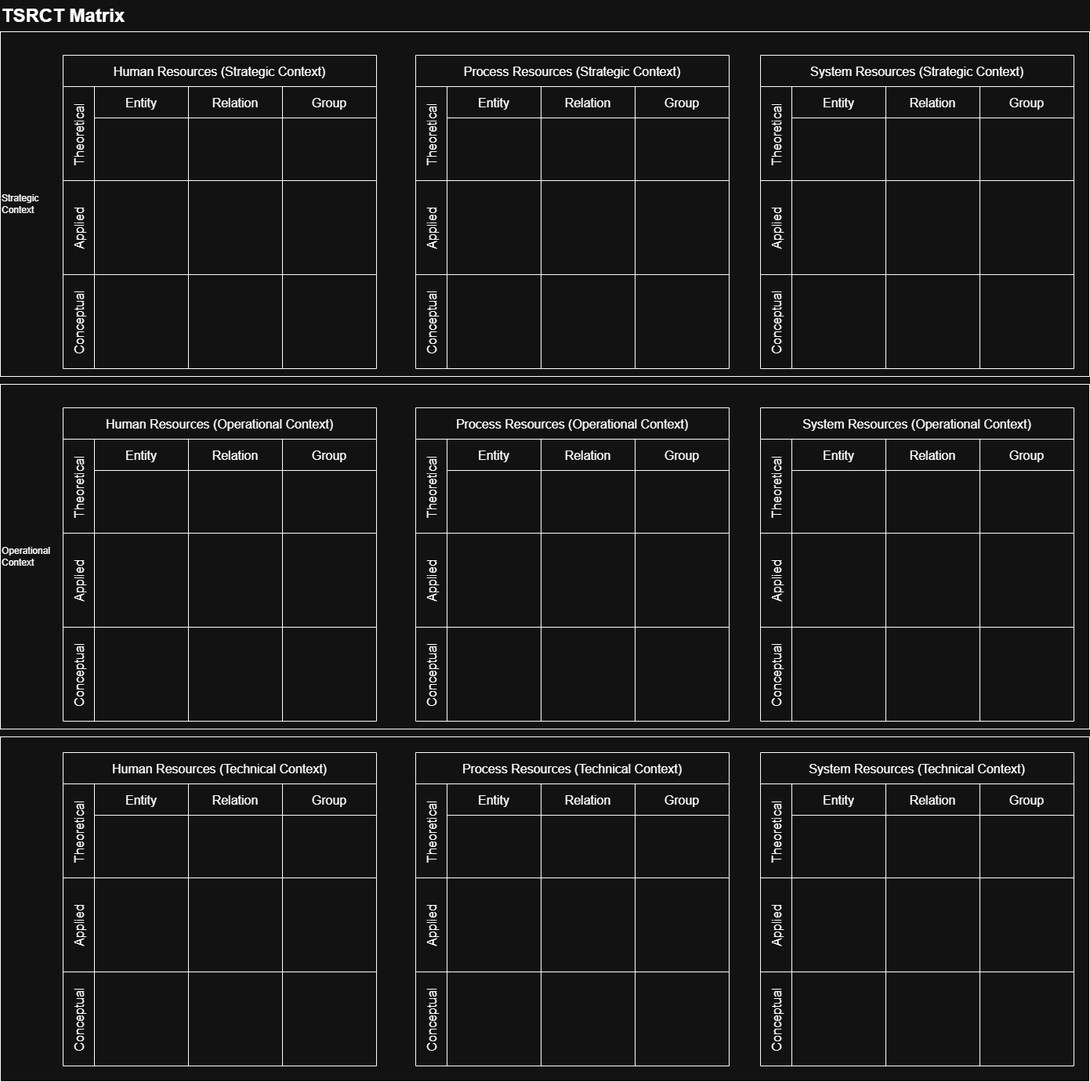
This is TSRCT_matrix_v1.png from alexwalterhiggins/TSRCT, a draw.io export, as it was before one commit. Source tidied: cells renumbered, new cells last; positions are measured from the earlier drawing's top-left corner, leaving out a move shared by most shapes.
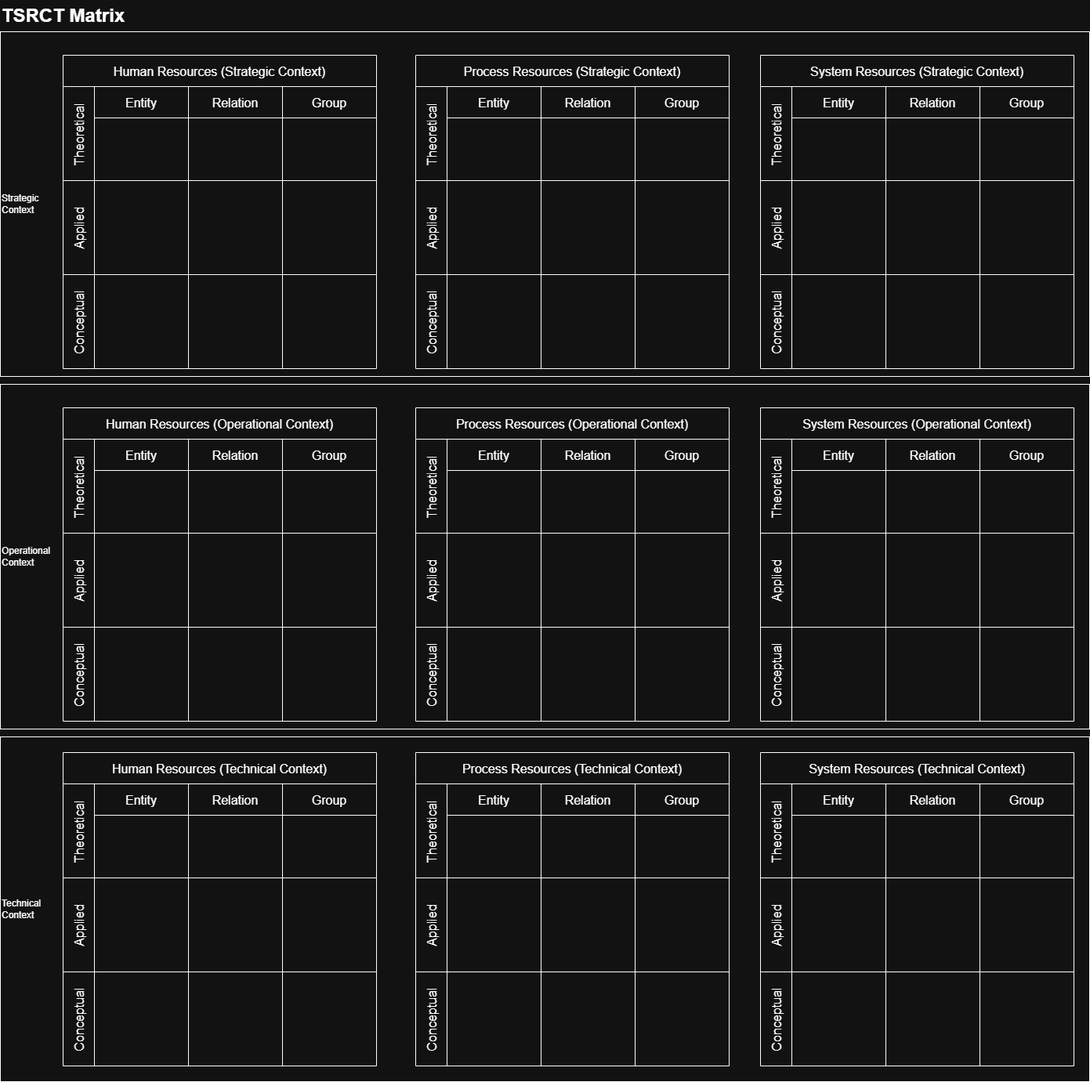
Above is the later version.

What changed in the source:
```diff
@@ -2,7 +2,7 @@
   <root>
     <mxCell id="0" />
     <mxCell id="1" parent="0" />
-    <mxCell id="2" style="rounded=0;whiteSpace=wrap;html=1;align=left;" parent="1" vertex="1">
+    <mxCell id="2" value="Technical&amp;nbsp;&lt;div&gt;Context&lt;/div&gt;" style="rounded=0;whiteSpace=wrap;html=1;align=left;" parent="1" vertex="1">
       <mxGeometry y="940" width="1390" height="440" as="geometry" />
     </mxCell>
     <mxCell id="3" value="Operational&lt;div&gt;Context&lt;/div&gt;" style="rounded=0;whiteSpace=wrap;html=1;align=left;" parent="1" vertex="1">
```
